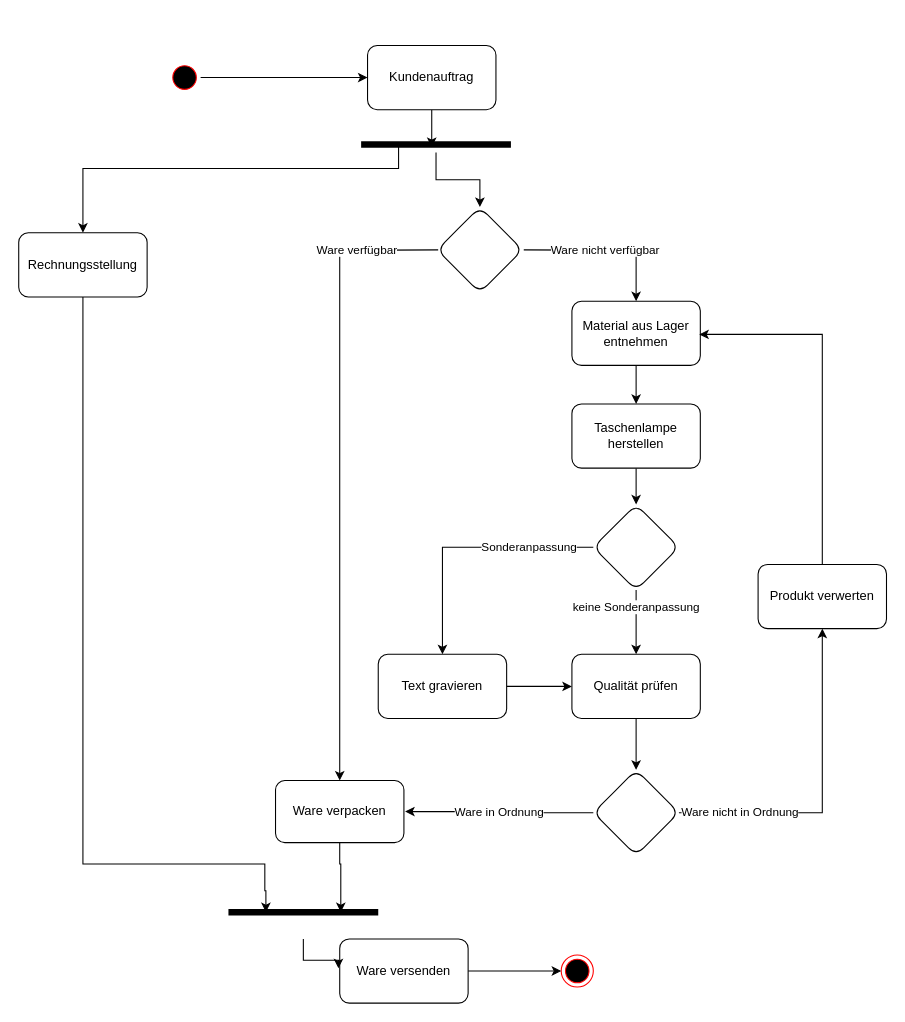
This is page "Seite-2" (2 of 4) of Unbenanntes Diagramm.drawio from Frododo12/Web-Technologie, a draw.io file, before an edit. Source tidied: cells renumbered, new cells numbered last; positions are measured from the earlier drawing's top-left corner, leaving out a move shared by most shapes. Both pictures are drawn from the tidied source at 107%, with x=0, y=0 at pixel (18, 45).
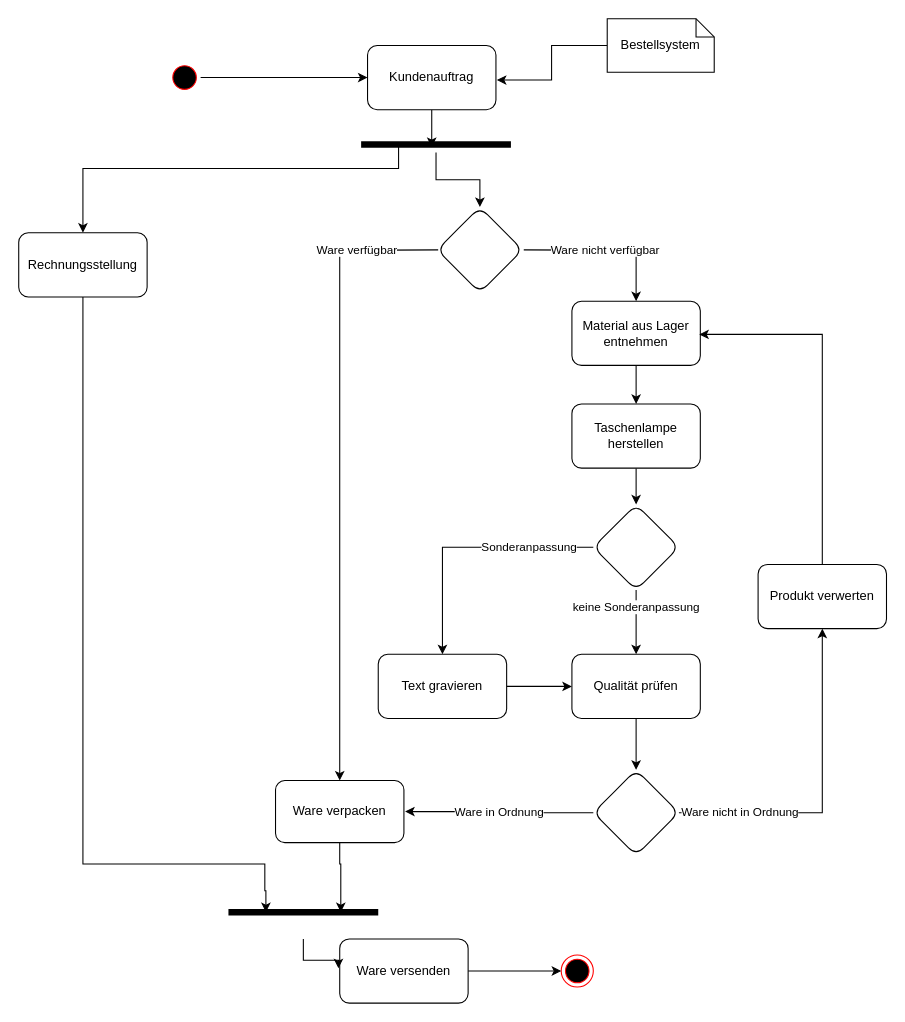
The same diagram, later.

The change refers to these unchanged cells:
```xml
<mxCell id="6" value="Kundenauftrag" style="rounded=1;whiteSpace=wrap;html=1;" parent="1" vertex="1">
  <mxGeometry x="326" width="120" height="60" as="geometry" />
</mxCell>
```

Diff of the diagram source:
```diff
@@
+    <mxCell id="37" style="edgeStyle=orthogonalEdgeStyle;rounded=0;jettySize=auto;html=1;entryX=1.007;entryY=0.539;entryDx=0;entryDy=0;entryPerimeter=0;" parent="1" edge="1" source="38" target="6">
+      <mxGeometry relative="1" as="geometry" />
+    </mxCell>
+    <mxCell id="38" value="Bestellsystem" style="shape=note;whiteSpace=wrap;size=17;" parent="1" vertex="1">
+      <mxGeometry x="550" y="-25" width="100" height="50" as="geometry" />
+    </mxCell>
```
